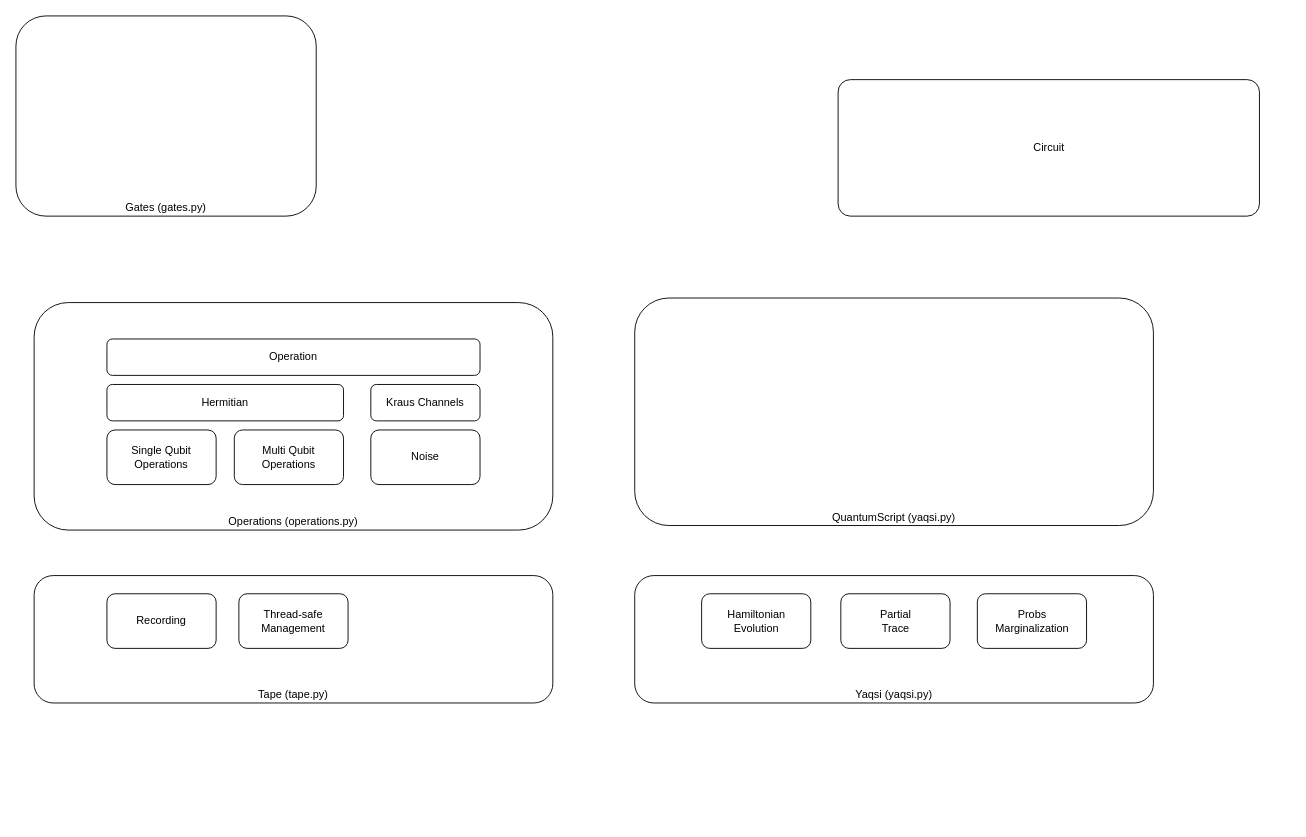
cirKITers/qml-essentials keeps this draw.io diagram as page "yaqsi" (5 of 5) of docs/diagrams.drawio. Above is the earlier version. Source tidied: cells renumbered, new cells numbered last; positions are measured from the earlier drawing's top-left corner, leaving out a move shared by most shapes. Both pictures are drawn from the tidied source at 91%, with x=0, y=0 at pixel (15, 15).
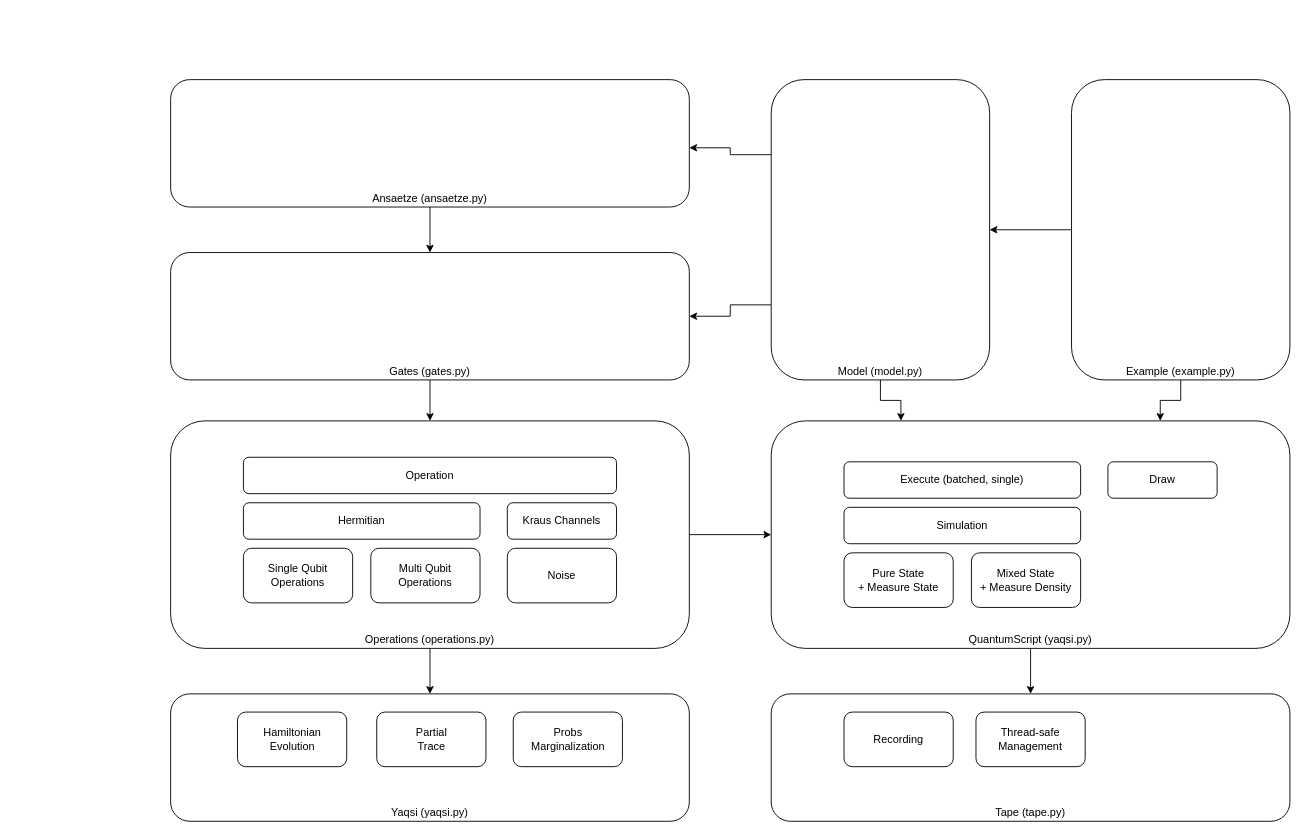
Above is the later version.

The edit, as a diff of the source:
```diff
@@
+    <mxCell id="19" style="edgeStyle=orthogonalEdgeStyle;rounded=0;jettySize=auto;html=1;exitX=0.5;exitY=1;exitDx=0;exitDy=0;entryX=0.5;entryY=0;entryDx=0;entryDy=0;" parent="1" edge="1" source="2" target="6">
+      <mxGeometry relative="1" as="geometry" />
+    </mxCell>
     <mxCell id="2" value="QuantumScript (yaqsi.py)" style="rounded=1;whiteSpace=wrap;html=1;verticalAlign=bottom;" parent="1" vertex="1">
-      <mxGeometry x="680" y="310" width="570" height="250" as="geometry" />
+      <mxGeometry x="830" y="445" width="570" height="250" as="geometry" />
     </mxCell>
-    <mxCell id="3" value="Circuit" style="rounded=1;whiteSpace=wrap;html=1;arcSize=9;" parent="1" vertex="1">
-      <mxGeometry x="903.5" y="70" width="463" height="150" as="geometry" />
-    </mxCell>
+    <mxCell id="20" style="edgeStyle=orthogonalEdgeStyle;rounded=0;jettySize=auto;html=1;exitX=0.5;exitY=1;exitDx=0;exitDy=0;entryX=0.5;entryY=0;entryDx=0;entryDy=0;" parent="1" edge="1" source="4" target="7">
+      <mxGeometry relative="1" as="geometry" />
+    </mxCell>
+    <mxCell id="21" style="edgeStyle=orthogonalEdgeStyle;rounded=0;jettySize=auto;html=1;exitX=1;exitY=0.5;exitDx=0;exitDy=0;entryX=0;entryY=0.5;entryDx=0;entryDy=0;" parent="1" edge="1" source="4" target="2">
+      <mxGeometry relative="1" as="geometry" />
+    </mxCell>
     <mxCell id="4" value="Operations (operations.py)" style="rounded=1;whiteSpace=wrap;html=1;verticalAlign=bottom;" parent="1" vertex="1">
-      <mxGeometry x="20" y="315" width="570" height="250" as="geometry" />
+      <mxGeometry x="170" y="445" width="570" height="250" as="geometry" />
     </mxCell>
+    <mxCell id="22" style="edgeStyle=orthogonalEdgeStyle;rounded=0;jettySize=auto;html=1;exitX=0.5;exitY=1;exitDx=0;exitDy=0;entryX=0.5;entryY=0;entryDx=0;entryDy=0;" parent="1" edge="1" source="5" target="4">
+      <mxGeometry relative="1" as="geometry" />
+    </mxCell>
     <mxCell id="5" value="Gates (gates.py)" style="rounded=1;whiteSpace=wrap;html=1;verticalAlign=bottom;" parent="1" vertex="1">
-      <mxGeometry width="330" height="220" as="geometry" />
+      <mxGeometry x="170" y="260" width="570" height="140" as="geometry" />
     </mxCell>
     <mxCell id="6" value="Tape (tape.py)" style="rounded=1;whiteSpace=wrap;html=1;verticalAlign=bottom;" parent="1" vertex="1">
-      <mxGeometry x="20" y="615" width="570" height="140" as="geometry" />
+      <mxGeometry x="830" y="745" width="570" height="140" as="geometry" />
     </mxCell>
     <mxCell id="7" value="Yaqsi (yaqsi.py)" style="rounded=1;whiteSpace=wrap;html=1;verticalAlign=bottom;" parent="1" vertex="1">
-      <mxGeometry x="680" y="615" width="570" height="140" as="geometry" />
+      <mxGeometry x="170" y="745" width="570" height="140" as="geometry" />
     </mxCell>
     <mxCell id="8" value="Kraus Channels" style="rounded=1;whiteSpace=wrap;html=1;" parent="1" vertex="1">
-      <mxGeometry x="390" y="405" width="120" height="40" as="geometry" />
+      <mxGeometry x="540" y="535" width="120" height="40" as="geometry" />
     </mxCell>
     <mxCell id="9" value="Recording" style="rounded=1;whiteSpace=wrap;html=1;" parent="1" vertex="1">
-      <mxGeometry x="100" y="635" width="120" height="60" as="geometry" />
+      <mxGeometry x="910" y="765" width="120" height="60" as="geometry" />
     </mxCell>
     <mxCell id="10" value="Multi Qubit Operations" style="rounded=1;whiteSpace=wrap;html=1;" parent="1" vertex="1">
-      <mxGeometry x="240" y="455" width="120" height="60" as="geometry" />
+      <mxGeometry x="390" y="585" width="120" height="60" as="geometry" />
     </mxCell>
     <mxCell id="11" value="Operation" style="rounded=1;whiteSpace=wrap;html=1;" parent="1" vertex="1">
-      <mxGeometry x="100" y="355" width="410" height="40" as="geometry" />
+      <mxGeometry x="250" y="485" width="410" height="40" as="geometry" />
     </mxCell>
     <mxCell id="12" value="Hermitian" style="rounded=1;whiteSpace=wrap;html=1;" parent="1" vertex="1">
-      <mxGeometry x="100" y="405" width="260" height="40" as="geometry" />
+      <mxGeometry x="250" y="535" width="260" height="40" as="geometry" />
     </mxCell>
     <mxCell id="13" value="Noise" style="rounded=1;whiteSpace=wrap;html=1;" parent="1" vertex="1">
-      <mxGeometry x="390" y="455" width="120" height="60" as="geometry" />
+      <mxGeometry x="540" y="585" width="120" height="60" as="geometry" />
     </mxCell>
     <mxCell id="14" value="Thread-safe&lt;br&gt;Management" style="rounded=1;whiteSpace=wrap;html=1;" parent="1" vertex="1">
-      <mxGeometry x="245" y="635" width="120" height="60" as="geometry" />
+      <mxGeometry x="1055" y="765" width="120" height="60" as="geometry" />
     </mxCell>
     <mxCell id="15" value="Single Qubit Operations" style="rounded=1;whiteSpace=wrap;html=1;" parent="1" vertex="1">
-      <mxGeometry x="100" y="455" width="120" height="60" as="geometry" />
+      <mxGeometry x="250" y="585" width="120" height="60" as="geometry" />
     </mxCell>
     <mxCell id="16" value="Hamiltonian&lt;div&gt;Evolution&lt;/div&gt;" style="rounded=1;whiteSpace=wrap;html=1;" parent="1" vertex="1">
-      <mxGeometry x="753.5" y="635" width="120" height="60" as="geometry" />
+      <mxGeometry x="243.5" y="765" width="120" height="60" as="geometry" />
     </mxCell>
     <mxCell id="17" value="Partial&lt;div&gt;Trace&lt;/div&gt;" style="rounded=1;whiteSpace=wrap;html=1;" parent="1" vertex="1">
-      <mxGeometry x="906.5" y="635" width="120" height="60" as="geometry" />
+      <mxGeometry x="396.5" y="765" width="120" height="60" as="geometry" />
     </mxCell>
     <mxCell id="18" value="Probs&lt;div&gt;Marginalization&lt;/div&gt;" style="rounded=1;whiteSpace=wrap;html=1;" parent="1" vertex="1">
-      <mxGeometry x="1056.5" y="635" width="120" height="60" as="geometry" />
+      <mxGeometry x="546.5" y="765" width="120" height="60" as="geometry" />
     </mxCell>
+    <mxCell id="23" value="Execute (batched, single)" style="rounded=1;whiteSpace=wrap;html=1;" parent="1" vertex="1">
+      <mxGeometry x="910" y="490" width="260" height="40" as="geometry" />
+    </mxCell>
+    <mxCell id="24" value="Draw" style="rounded=1;whiteSpace=wrap;html=1;" parent="1" vertex="1">
+      <mxGeometry x="1200" y="490" width="120" height="40" as="geometry" />
+    </mxCell>
+    <mxCell id="25" value="Simulation" style="rounded=1;whiteSpace=wrap;html=1;" parent="1" vertex="1">
+      <mxGeometry x="910" y="540" width="260" height="40" as="geometry" />
+    </mxCell>
+    <mxCell id="26" value="Pure State&lt;div&gt;+ Measure State&lt;/div&gt;" style="rounded=1;whiteSpace=wrap;html=1;" parent="1" vertex="1">
+      <mxGeometry x="910" y="590" width="120" height="60" as="geometry" />
+    </mxCell>
+    <mxCell id="27" value="Mixed State&lt;div&gt;+ Measure Density&lt;/div&gt;" style="rounded=1;whiteSpace=wrap;html=1;" parent="1" vertex="1">
+      <mxGeometry x="1050" y="590" width="120" height="60" as="geometry" />
+    </mxCell>
+    <mxCell id="28" style="edgeStyle=orthogonalEdgeStyle;rounded=0;jettySize=auto;html=1;exitX=0.5;exitY=1;exitDx=0;exitDy=0;entryX=0.5;entryY=0;entryDx=0;entryDy=0;" parent="1" edge="1" source="29" target="5">
+      <mxGeometry relative="1" as="geometry" />
+    </mxCell>
+    <mxCell id="29" value="Ansaetze (ansaetze.py)" style="rounded=1;whiteSpace=wrap;html=1;verticalAlign=bottom;" parent="1" vertex="1">
+      <mxGeometry x="170" y="70" width="570" height="140" as="geometry" />
+    </mxCell>
+    <mxCell id="30" style="edgeStyle=orthogonalEdgeStyle;rounded=0;jettySize=auto;html=1;exitX=0;exitY=0.75;exitDx=0;exitDy=0;entryX=1;entryY=0.5;entryDx=0;entryDy=0;" parent="1" edge="1" source="32" target="5">
+      <mxGeometry relative="1" as="geometry" />
+    </mxCell>
+    <mxCell id="31" style="edgeStyle=orthogonalEdgeStyle;rounded=0;jettySize=auto;html=1;exitX=0.5;exitY=1;exitDx=0;exitDy=0;entryX=0.25;entryY=0;entryDx=0;entryDy=0;" parent="1" edge="1" source="32" target="2">
+      <mxGeometry relative="1" as="geometry" />
+    </mxCell>
+    <mxCell id="32" value="Model (model.py)" style="rounded=1;whiteSpace=wrap;html=1;verticalAlign=bottom;" parent="1" vertex="1">
+      <mxGeometry x="830" y="70" width="240" height="330" as="geometry" />
+    </mxCell>
+    <mxCell id="33" style="edgeStyle=orthogonalEdgeStyle;rounded=0;jettySize=auto;html=1;exitX=0;exitY=0.5;exitDx=0;exitDy=0;entryX=1;entryY=0.5;entryDx=0;entryDy=0;" parent="1" edge="1" source="35" target="32">
+      <mxGeometry relative="1" as="geometry" />
+    </mxCell>
+    <mxCell id="34" style="edgeStyle=orthogonalEdgeStyle;rounded=0;jettySize=auto;html=1;exitX=0.5;exitY=1;exitDx=0;exitDy=0;entryX=0.75;entryY=0;entryDx=0;entryDy=0;" parent="1" edge="1" source="35" target="2">
+      <mxGeometry relative="1" as="geometry" />
+    </mxCell>
+    <mxCell id="35" value="Example (example.py)" style="rounded=1;whiteSpace=wrap;html=1;verticalAlign=bottom;" parent="1" vertex="1">
+      <mxGeometry x="1160" y="70" width="240" height="330" as="geometry" />
+    </mxCell>
+    <mxCell id="36" style="edgeStyle=orthogonalEdgeStyle;rounded=0;jettySize=auto;html=1;exitX=0;exitY=0.25;exitDx=0;exitDy=0;entryX=1;entryY=0.535;entryDx=0;entryDy=0;entryPerimeter=0;" parent="1" edge="1" source="32" target="29">
+      <mxGeometry relative="1" as="geometry" />
+    </mxCell>
```
